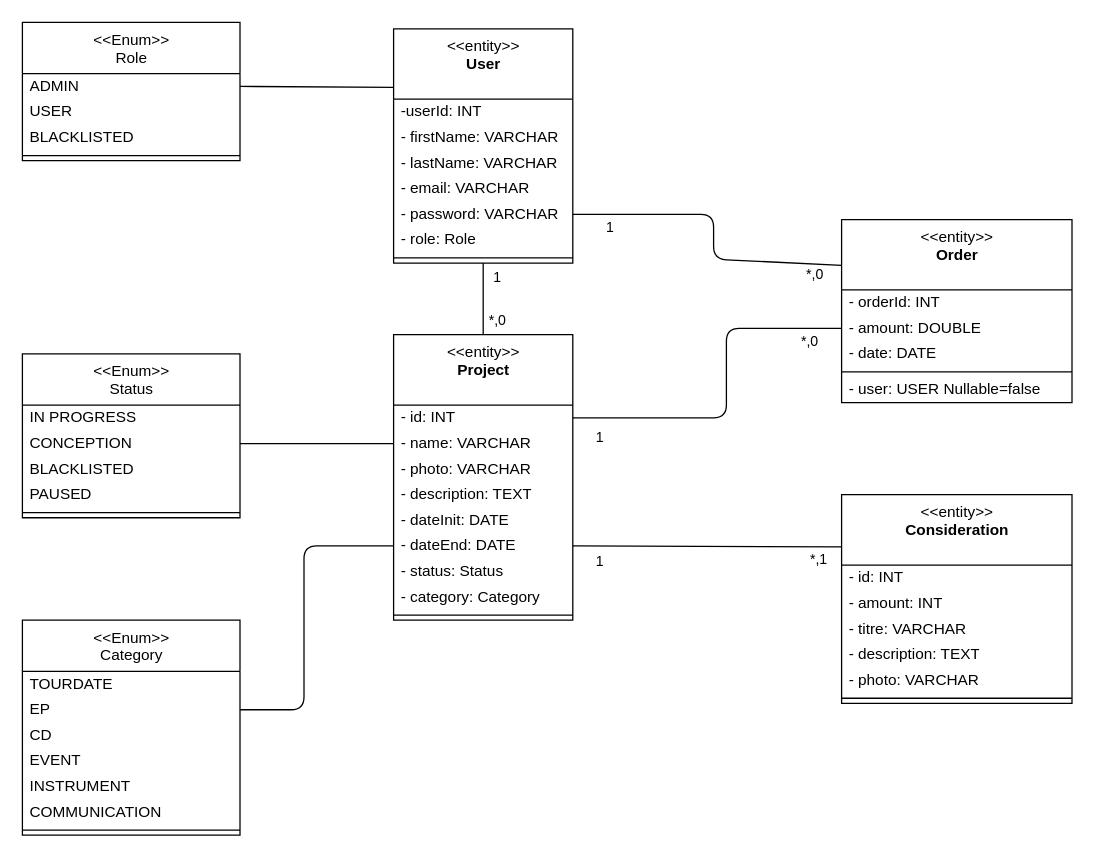
The draw.io diagram conception/modele-de-donnees.drawio in Roland-Foucher/kiss-luler-back, before the edit. Source tidied: cells renumbered, new cells numbered last; positions are measured from the earlier drawing's top-left corner, leaving out a move shared by most shapes. Both pictures are drawn from the tidied source at 128%, with x=0, y=0 at pixel (22, 22).
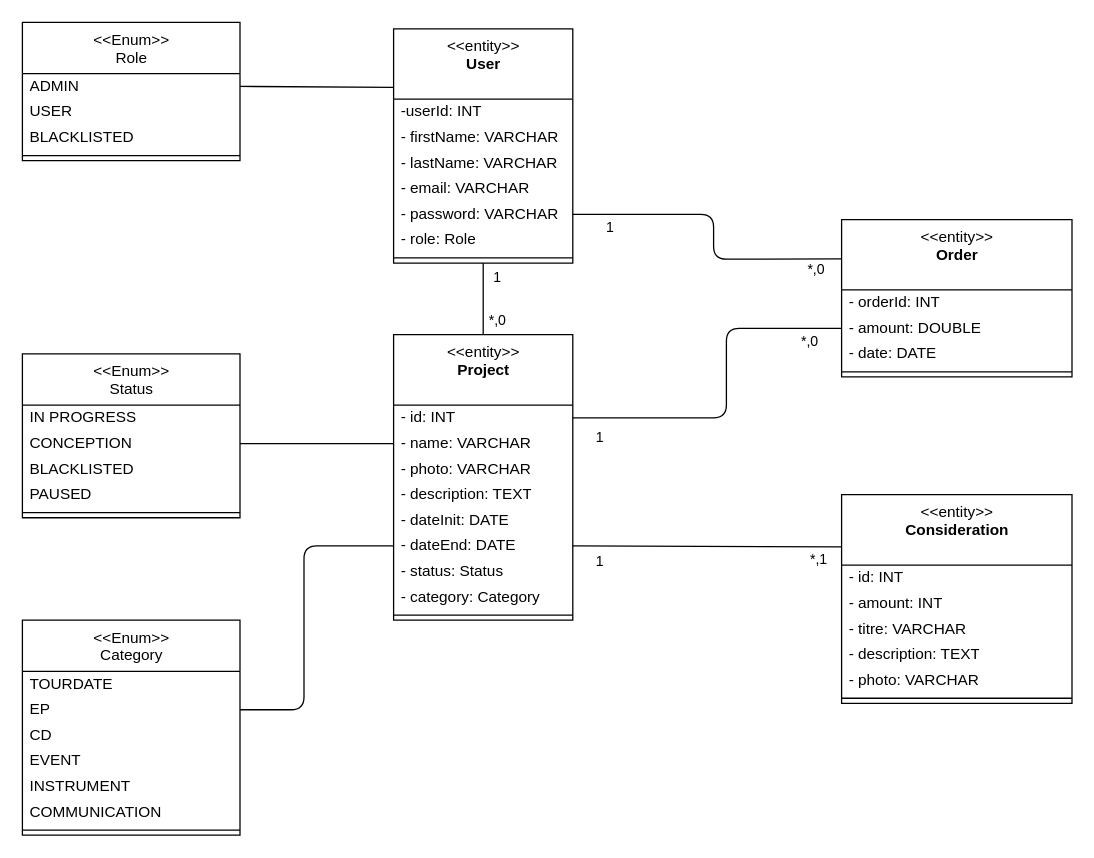
The same diagram, later.

Commit message (it also covers changes not shown here):
update relations between order and user

What changed in the source:
```diff
@@
     <mxCell id="50" value="&amp;lt;&amp;lt;entity&amp;gt;&amp;gt;&lt;br&gt;&lt;b&gt;Order&lt;/b&gt;" style="swimlane;fontStyle=0;align=center;verticalAlign=top;horizontal=1;startSize=55;html=1;" parent="1" vertex="1">
-      <mxGeometry x="640" y="154" width="180" height="143" as="geometry" />
+      <mxGeometry x="640" y="154" width="180" height="123" as="geometry" />
     </mxCell>
@@
-    <mxCell id="55" value="- user: USER Nullable=false" style="text;html=1;strokeColor=none;fillColor=none;align=left;verticalAlign=middle;spacingLeft=4;spacingRight=4;overflow=hidden;" parent="50" vertex="1">
-      <mxGeometry y="123" width="180" height="20" as="geometry" />
-    </mxCell>
```
